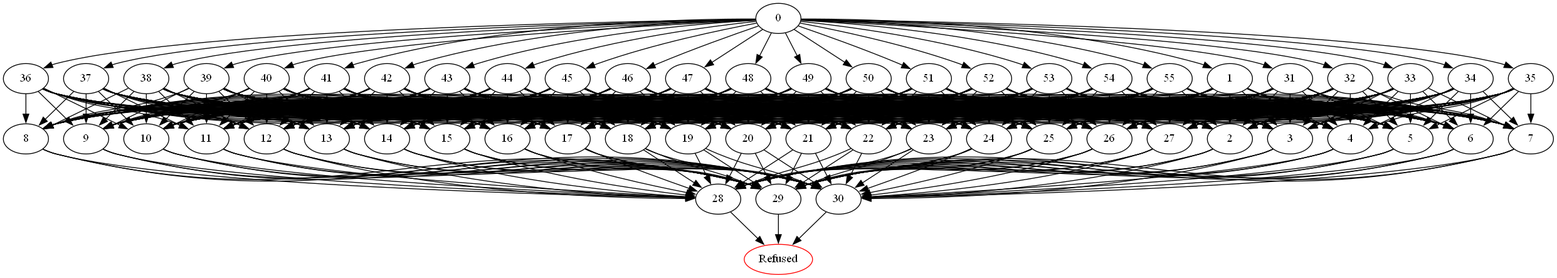
Asikl/MazeMapper keeps this Graphviz diagram as DomainPicture/ooueeaqciblv.baoye.comdirected_graph.png. Above is the earlier version. Its source is kept beside it as DomainPicture/ooueeaqciblv.baoye.comdirected_graph.dot. Its diagram source:
```dot
digraph G {
	0 -> 1;
	0 -> 31;
	0 -> 32;
	0 -> 33;
	0 -> 34;
	0 -> 35;
	0 -> 36;
	0 -> 37;
	0 -> 38;
	0 -> 39;
	0 -> 40;
	0 -> 41;
	0 -> 42;
	0 -> 43;
	0 -> 44;
	0 -> 45;
	0 -> 46;
	0 -> 47;
	0 -> 48;
	0 -> 49;
	0 -> 50;
	0 -> 51;
	0 -> 52;
	0 -> 53;
	0 -> 54;
	0 -> 55;
	1 -> 2;
	1 -> 3;
	1 -> 4;
	1 -> 5;
	1 -> 6;
	1 -> 7;
	1 -> 8;
	1 -> 9;
	1 -> 10;
	1 -> 11;
	1 -> 12;
	1 -> 13;
	1 -> 14;
	1 -> 15;
	1 -> 16;
	1 -> 17;
	1 -> 18;
	1 -> 19;
	1 -> 20;
	1 -> 21;
	1 -> 22;
	1 -> 23;
	1 -> 24;
	1 -> 25;
	1 -> 26;
	1 -> 27;
	2 -> 28;
	2 -> 29;
	2 -> 30;
	3 -> 28;
	3 -> 29;
	3 -> 30;
	4 -> 28;
	4 -> 29;
	4 -> 30;
	5 -> 28;
	5 -> 29;
	5 -> 30;
	6 -> 28;
	6 -> 29;
	6 -> 30;
	7 -> 28;
	7 -> 29;
	7 -> 30;
	8 -> 28;
	8 -> 29;
	8 -> 30;
	9 -> 28;
	9 -> 29;
	9 -> 30;
	10 -> 28;
	10 -> 29;
	10 -> 30;
	11 -> 28;
	11 -> 29;
	11 -> 30;
	12 -> 28;
	12 -> 29;
	12 -> 30;
	13 -> 28;
	13 -> 29;
	13 -> 30;
	14 -> 28;
	14 -> 29;
	14 -> 30;
	15 -> 28;
	15 -> 29;
	15 -> 30;
	16 -> 28;
	16 -> 29;
	16 -> 30;
	17 -> 28;
	17 -> 29;
	17 -> 30;
	18 -> 28;
	18 -> 29;
	18 -> 30;
	19 -> 28;
	19 -> 29;
	19 -> 30;
	20 -> 28;
	20 -> 29;
	20 -> 30;
	21 -> 28;
	21 -> 29;
	21 -> 30;
	22 -> 28;
	22 -> 29;
	22 -> 30;
	23 -> 28;
	23 -> 29;
	23 -> 30;
	24 -> 28;
	24 -> 29;
	24 -> 30;
	25 -> 28;
	25 -> 29;
	25 -> 30;
	26 -> 28;
	26 -> 29;
	26 -> 30;
	27 -> 28;
	27 -> 29;
	27 -> 30;
	28 -> "Refused";
Refused [color=red];
	29 -> "Refused";
Refused [color=red];
	30 -> "Refused";
Refused [color=red];
	31 -> 2;
	31 -> 3;
	31 -> 4;
	31 -> 5;
	31 -> 6;
	31 -> 7;
	31 -> 8;
	31 -> 9;
	31 -> 10;
	31 -> 11;
	31 -> 12;
	31 -> 13;
	31 -> 14;
	31 -> 15;
	31 -> 16;
	31 -> 17;
	31 -> 18;
	31 -> 19;
	31 -> 20;
	31 -> 21;
	31 -> 22;
	31 -> 23;
	31 -> 24;
	31 -> 25;
	31 -> 26;
	31 -> 27;
	32 -> 2;
	32 -> 3;
	32 -> 4;
	32 -> 5;
	32 -> 6;
	32 -> 7;
	32 -> 8;
	32 -> 9;
	32 -> 10;
	32 -> 11;
	32 -> 12;
	32 -> 13;
	32 -> 14;
	32 -> 15;
	32 -> 16;
	32 -> 17;
	32 -> 18;
	32 -> 19;
	32 -> 20;
	32 -> 21;
	32 -> 22;
	32 -> 23;
	32 -> 24;
	32 -> 25;
	32 -> 26;
	32 -> 27;
	33 -> 2;
	33 -> 3;
	33 -> 4;
	33 -> 5;
	33 -> 6;
	33 -> 7;
	33 -> 8;
	33 -> 9;
	33 -> 10;
	33 -> 11;
	33 -> 12;
	33 -> 13;
	33 -> 14;
	33 -> 15;
	33 -> 16;
	33 -> 17;
	33 -> 18;
	33 -> 19;
	33 -> 20;
	33 -> 21;
	33 -> 22;
	33 -> 23;
	33 -> 24;
	33 -> 25;
	33 -> 26;
	33 -> 27;
	34 -> 2;
	34 -> 3;
	34 -> 4;
	34 -> 5;
	34 -> 6;
	34 -> 7;
	34 -> 8;
	34 -> 9;
	34 -> 10;
	34 -> 11;
	34 -> 12;
	34 -> 13;
	34 -> 14;
	34 -> 15;
	34 -> 16;
	34 -> 17;
	34 -> 18;
	34 -> 19;
	34 -> 20;
	34 -> 21;
	34 -> 22;
	34 -> 23;
	34 -> 24;
	34 -> 25;
	34 -> 26;
	34 -> 27;
	35 -> 2;
	35 -> 3;
	35 -> 4;
	35 -> 5;
	35 -> 6;
	35 -> 7;
	35 -> 8;
	35 -> 9;
	35 -> 10;
	35 -> 11;
	35 -> 12;
	35 -> 13;
	35 -> 14;
	35 -> 15;
	35 -> 16;
	35 -> 17;
	35 -> 18;
	35 -> 19;
	35 -> 20;
	35 -> 21;
	35 -> 22;
	35 -> 23;
	35 -> 24;
	35 -> 25;
	35 -> 26;
	35 -> 27;
	36 -> 2;
	36 -> 3;
	36 -> 4;
	36 -> 5;
	36 -> 6;
	36 -> 7;
	36 -> 8;
	36 -> 9;
	36 -> 10;
	36 -> 11;
	36 -> 12;
	36 -> 13;
	36 -> 14;
	36 -> 15;
	36 -> 16;
	36 -> 17;
	36 -> 18;
	36 -> 19;
	36 -> 20;
	36 -> 21;
	36 -> 22;
	36 -> 23;
	36 -> 24;
	36 -> 25;
	36 -> 26;
	36 -> 27;
	37 -> 2;
	37 -> 3;
	37 -> 4;
	37 -> 5;
	37 -> 6;
	37 -> 7;
	37 -> 8;
	37 -> 9;
	37 -> 10;
	37 -> 11;
	37 -> 12;
	37 -> 13;
	37 -> 14;
	37 -> 15;
	37 -> 16;
	37 -> 17;
	37 -> 18;
	37 -> 19;
	37 -> 20;
	37 -> 21;
	37 -> 22;
	37 -> 23;
	37 -> 24;
	37 -> 25;
	37 -> 26;
	37 -> 27;
	38 -> 2;
	38 -> 3;
	38 -> 4;
	38 -> 5;
	38 -> 6;
	38 -> 7;
	38 -> 8;
	38 -> 9;
	38 -> 10;
	38 -> 11;
	38 -> 12;
	38 -> 13;
	38 -> 14;
	38 -> 15;
	38 -> 16;
	38 -> 17;
	38 -> 18;
	38 -> 19;
	38 -> 20;
	38 -> 21;
	38 -> 22;
	38 -> 23;
	38 -> 24;
	38 -> 25;
	38 -> 26;
	38 -> 27;
	39 -> 2;
	39 -> 3;
	39 -> 4;
	39 -> 5;
	39 -> 6;
	39 -> 7;
	39 -> 8;
	39 -> 9;
	39 -> 10;
	39 -> 11;
	39 -> 12;
	39 -> 13;
	39 -> 14;
	39 -> 15;
	39 -> 16;
	39 -> 17;
	39 -> 18;
	39 -> 19;
	39 -> 20;
	39 -> 21;
	39 -> 22;
	39 -> 23;
	39 -> 24;
	39 -> 25;
	39 -> 26;
	39 -> 27;
	40 -> 2;
	40 -> 3;
	40 -> 4;
	40 -> 5;
	40 -> 6;
	40 -> 7;
	40 -> 8;
	40 -> 9;
	40 -> 10;
	40 -> 11;
	40 -> 12;
	40 -> 13;
	40 -> 14;
	40 -> 15;
	40 -> 16;
	40 -> 17;
	40 -> 18;
	40 -> 19;
	40 -> 20;
	40 -> 21;
	40 -> 22;
	40 -> 23;
	40 -> 24;
	40 -> 25;
	40 -> 26;
	40 -> 27;
	41 -> 2;
	41 -> 3;
	41 -> 4;
	41 -> 5;
	41 -> 6;
	41 -> 7;
	41 -> 8;
	41 -> 9;
	41 -> 10;
	41 -> 11;
	41 -> 12;
	41 -> 13;
	41 -> 14;
	41 -> 15;
	41 -> 16;
	41 -> 17;
	41 -> 18;
	41 -> 19;
	41 -> 20;
	41 -> 21;
	41 -> 22;
	41 -> 23;
	41 -> 24;
	41 -> 25;
	41 -> 26;
	41 -> 27;
	42 -> 2;
	42 -> 3;
	42 -> 4;
	42 -> 5;
	42 -> 6;
	42 -> 7;
	42 -> 8;
	42 -> 9;
	42 -> 10;
	42 -> 11;
	42 -> 12;
	42 -> 13;
	42 -> 14;
	42 -> 15;
	42 -> 16;
	42 -> 17;
	42 -> 18;
	42 -> 19;
	42 -> 20;
	42 -> 21;
	42 -> 22;
	42 -> 23;
	42 -> 24;
	42 -> 25;
	42 -> 26;
	42 -> 27;
	43 -> 2;
	43 -> 3;
	43 -> 4;
	43 -> 5;
	43 -> 6;
	43 -> 7;
	43 -> 8;
	43 -> 9;
	43 -> 10;
	43 -> 11;
	43 -> 12;
	43 -> 13;
	43 -> 14;
	43 -> 15;
	43 -> 16;
	43 -> 17;
	43 -> 18;
	43 -> 19;
	43 -> 20;
	43 -> 21;
	43 -> 22;
	43 -> 23;
	43 -> 24;
	43 -> 25;
	43 -> 26;
	43 -> 27;
	44 -> 2;
	44 -> 3;
	44 -> 4;
	44 -> 5;
	44 -> 6;
	44 -> 7;
	44 -> 8;
	44 -> 9;
	44 -> 10;
	44 -> 11;
	44 -> 12;
	44 -> 13;
	44 -> 14;
	44 -> 15;
	44 -> 16;
	44 -> 17;
	44 -> 18;
	44 -> 19;
	44 -> 20;
	44 -> 21;
	44 -> 22;
	44 -> 23;
	44 -> 24;
	44 -> 25;
	44 -> 26;
	44 -> 27;
	45 -> 2;
	45 -> 3;
	45 -> 4;
	45 -> 5;
	45 -> 6;
	45 -> 7;
	45 -> 8;
	45 -> 9;
	45 -> 10;
	45 -> 11;
	45 -> 12;
	45 -> 13;
	45 -> 14;
	45 -> 15;
	45 -> 16;
	45 -> 17;
	45 -> 18;
	45 -> 19;
	45 -> 20;
	45 -> 21;
	45 -> 22;
	45 -> 23;
	45 -> 24;
	45 -> 25;
	45 -> 26;
	45 -> 27;
	46 -> 2;
	46 -> 3;
	46 -> 4;
	46 -> 5;
	46 -> 6;
	46 -> 7;
	46 -> 8;
	46 -> 9;
	46 -> 10;
	46 -> 11;
	46 -> 12;
	46 -> 13;
	46 -> 14;
	46 -> 15;
	46 -> 16;
	46 -> 17;
	46 -> 18;
	46 -> 19;
	46 -> 20;
	46 -> 21;
	46 -> 22;
	46 -> 23;
	46 -> 24;
	46 -> 25;
	46 -> 26;
	46 -> 27;
	47 -> 2;
	47 -> 3;
	47 -> 4;
	47 -> 5;
	47 -> 6;
	47 -> 7;
	47 -> 8;
	47 -> 9;
	47 -> 10;
	47 -> 11;
	47 -> 12;
	47 -> 13;
	47 -> 14;
	47 -> 15;
	47 -> 16;
	47 -> 17;
	47 -> 18;
	47 -> 19;
	47 -> 20;
	47 -> 21;
	47 -> 22;
	47 -> 23;
	47 -> 24;
	47 -> 25;
	47 -> 26;
	47 -> 27;
	48 -> 2;
	48 -> 3;
	48 -> 4;
	48 -> 5;
	48 -> 6;
	48 -> 7;
	48 -> 8;
	48 -> 9;
	48 -> 10;
	48 -> 11;
	48 -> 12;
	48 -> 13;
	48 -> 14;
	48 -> 15;
	48 -> 16;
	48 -> 17;
	48 -> 18;
	48 -> 19;
	48 -> 20;
	48 -> 21;
	48 -> 22;
	48 -> 23;
	48 -> 24;
	48 -> 25;
	48 -> 26;
	48 -> 27;
	49 -> 2;
	49 -> 3;
	49 -> 4;
	49 -> 5;
	49 -> 6;
	49 -> 7;
	49 -> 8;
	49 -> 9;
	49 -> 10;
	49 -> 11;
	49 -> 12;
	49 -> 13;
	49 -> 14;
	49 -> 15;
	49 -> 16;
	49 -> 17;
	49 -> 18;
	49 -> 19;
	49 -> 20;
	49 -> 21;
	49 -> 22;
	49 -> 23;
	49 -> 24;
	49 -> 25;
	49 -> 26;
	49 -> 27;
	50 -> 2;
	50 -> 3;
	50 -> 4;
	50 -> 5;
	50 -> 6;
	50 -> 7;
	50 -> 8;
	50 -> 9;
	50 -> 10;
	50 -> 11;
	50 -> 12;
	50 -> 13;
	50 -> 14;
	50 -> 15;
	50 -> 16;
	50 -> 17;
	50 -> 18;
	50 -> 19;
	50 -> 20;
	50 -> 21;
	50 -> 22;
	50 -> 23;
	50 -> 24;
	50 -> 25;
	50 -> 26;
	50 -> 27;
	51 -> 2;
	51 -> 3;
	51 -> 4;
	51 -> 5;
	51 -> 6;
	51 -> 7;
	51 -> 8;
	51 -> 9;
	51 -> 10;
	51 -> 11;
	51 -> 12;
	51 -> 13;
	51 -> 14;
	51 -> 15;
	51 -> 16;
	51 -> 17;
	51 -> 18;
	51 -> 19;
	51 -> 20;
	51 -> 21;
	51 -> 22;
	51 -> 23;
	51 -> 24;
	51 -> 25;
	51 -> 26;
	51 -> 27;
	52 -> 2;
	52 -> 3;
	52 -> 4;
	52 -> 5;
	52 -> 6;
	52 -> 7;
	52 -> 8;
	52 -> 9;
	52 -> 10;
	52 -> 11;
	52 -> 12;
	52 -> 13;
	52 -> 14;
	52 -> 15;
	52 -> 16;
	52 -> 17;
	52 -> 18;
	52 -> 19;
	52 -> 20;
	52 -> 21;
	52 -> 22;
	52 -> 23;
	52 -> 24;
	52 -> 25;
	52 -> 26;
	52 -> 27;
	53 -> 2;
	53 -> 3;
	53 -> 4;
	53 -> 5;
	53 -> 6;
	53 -> 7;
	53 -> 8;
	53 -> 9;
	53 -> 10;
	53 -> 11;
	53 -> 12;
	53 -> 13;
	53 -> 14;
	53 -> 15;
	53 -> 16;
	53 -> 17;
	53 -> 18;
	53 -> 19;
	53 -> 20;
	53 -> 21;
	53 -> 22;
	53 -> 23;
	53 -> 24;
	53 -> 25;
	53 -> 26;
	53 -> 27;
	54 -> 2;
	54 -> 3;
	54 -> 4;
	54 -> 5;
	54 -> 6;
	54 -> 7;
	54 -> 8;
	54 -> 9;
	54 -> 10;
	54 -> 11;
	54 -> 12;
	54 -> 13;
	54 -> 14;
	54 -> 15;
	54 -> 16;
	54 -> 17;
	54 -> 18;
	54 -> 19;
	54 -> 20;
	54 -> 21;
	54 -> 22;
	54 -> 23;
	54 -> 24;
	54 -> 25;
	54 -> 26;
	54 -> 27;
	55 -> 2;
	55 -> 3;
	55 -> 4;
	55 -> 5;
	55 -> 6;
	55 -> 7;
	55 -> 8;
	55 -> 9;
	55 -> 10;
	55 -> 11;
	55 -> 12;
	55 -> 13;
	55 -> 14;
	55 -> 15;
	55 -> 16;
	55 -> 17;
	55 -> 18;
	55 -> 19;
	55 -> 20;
	55 -> 21;
	55 -> 22;
	55 -> 23;
	55 -> 24;
	55 -> 25;
	55 -> 26;
	55 -> 27;
}
```
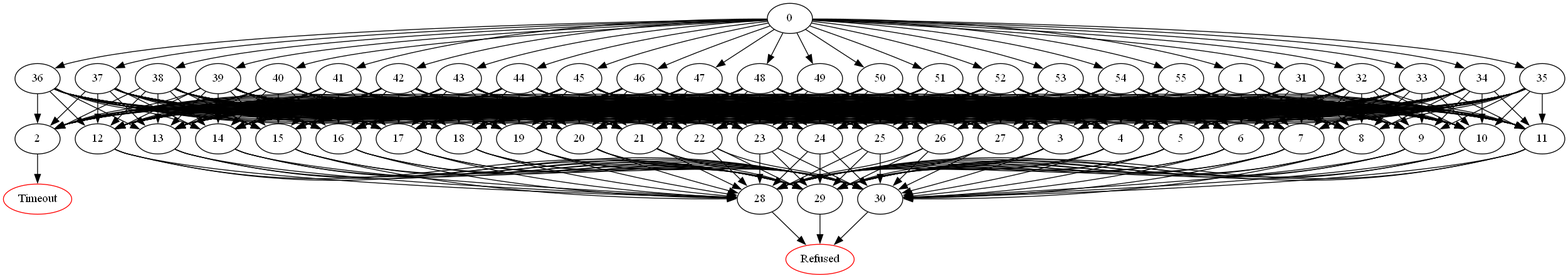
Later version of the same file.

Diff of the diagram source:
```diff
@@ -51,9 +51,8 @@
 	1 -> 25;
 	1 -> 26;
 	1 -> 27;
-	2 -> 28;
-	2 -> 29;
-	2 -> 30;
+	2 -> "Timeout";
+Timeout [color=red];
 	3 -> 28;
 	3 -> 29;
 	3 -> 30;
```
